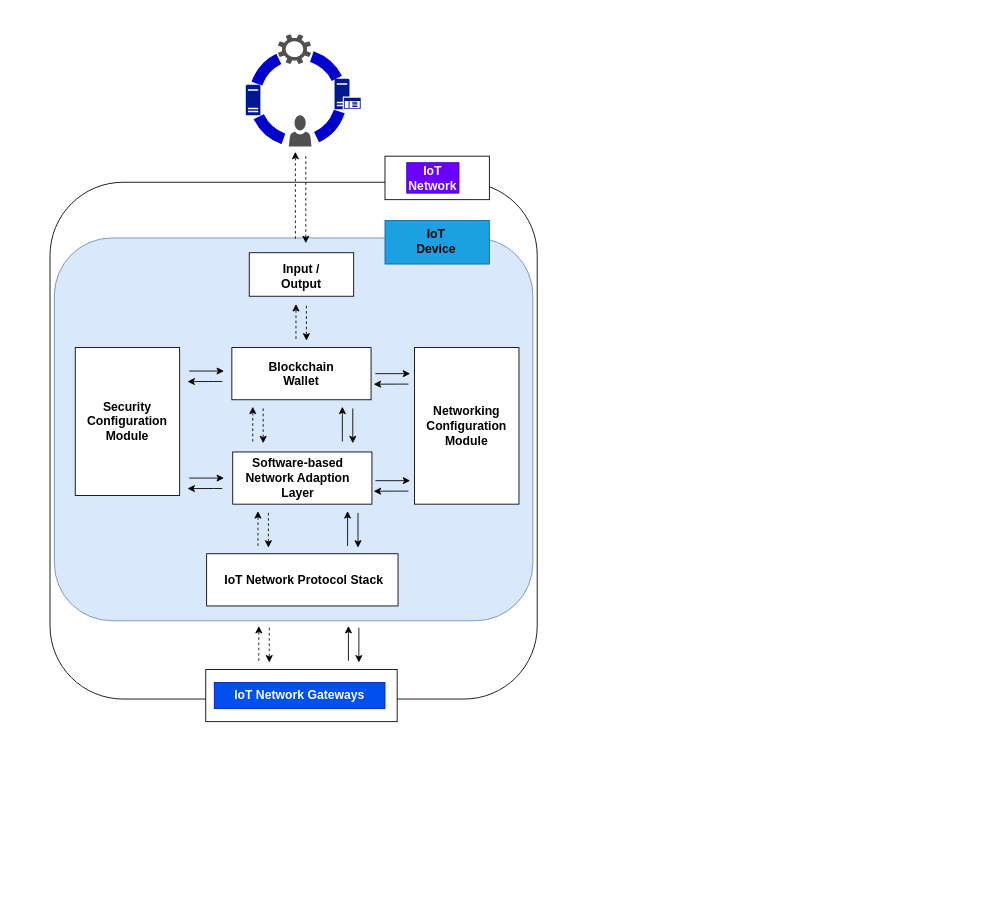
Before: blockiot.drawio in kaliadi/proyek-ku, a draw.io diagram. Source tidied: cells renumbered, new cells numbered last; positions are measured from the earlier drawing's top-left corner, leaving out a move shared by most shapes. Both pictures are drawn from the tidied source at 87%, with x=0, y=0 at pixel (50, 34).
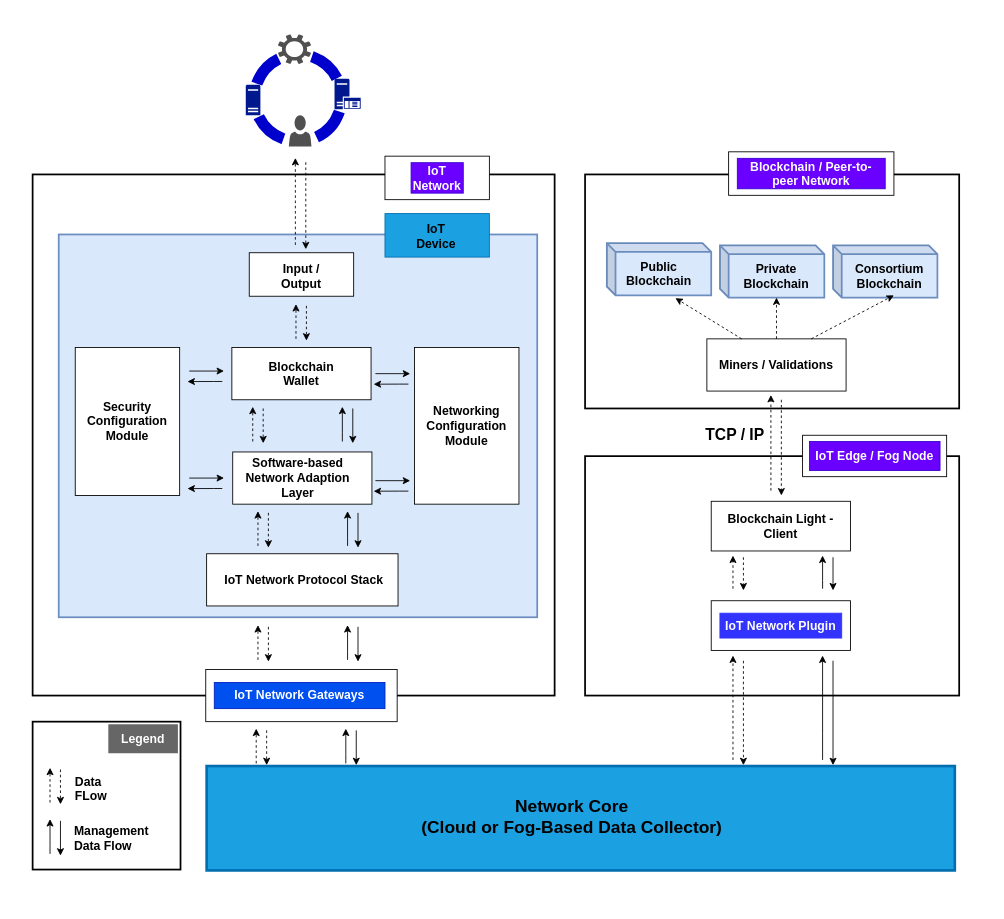
The same page after the edit.

The edit, as a diff of the source:
```diff
@@
-    <mxCell id="2" style="rounded=1;whiteSpace=wrap;html=1;" parent="1" vertex="1">
-      <mxGeometry y="170" width="560" height="594" as="geometry" />
-    </mxCell>
-    <mxCell id="3" style="rounded=0;whiteSpace=wrap;html=1;fillColor=default;strokeColor=#000000;fontColor=#ffffff;" parent="1" vertex="1">
-      <mxGeometry x="385" y="140" width="120" height="50" as="geometry" />
-    </mxCell>
-    <mxCell id="4" style="rounded=1;whiteSpace=wrap;html=1;fillColor=#dae8fc;strokeColor=#6c8ebf;" parent="1" vertex="1">
-      <mxGeometry x="5" y="234" width="550" height="440" as="geometry" />
-    </mxCell>
+    <mxCell id="68" style="group;fontColor=none;noLabel=1;" parent="1" vertex="1">
+      <mxGeometry x="-20" width="1100" height="1000" as="geometry" />
+    </mxCell>
+    <mxCell id="69" style="rounded=0;whiteSpace=wrap;html=1;labelBorderColor=none;strokeColor=none;strokeWidth=2;fillColor=default;fontColor=default;" parent="68" vertex="1">
+      <mxGeometry x="-20" y="-22" width="1120" height="1022" as="geometry" />
+    </mxCell>
+    <mxCell id="70" style="rounded=0;whiteSpace=wrap;html=1;labelBorderColor=none;strokeColor=#000000;strokeWidth=2;fillColor=default;" parent="68" vertex="1">
+      <mxGeometry x="635" y="161" width="430" height="269" as="geometry" />
+    </mxCell>
+    <mxCell id="71" style="group;fontColor=#0000FF;" parent="68" vertex="1">
+      <mxGeometry x="635" y="460" width="430" height="380" as="geometry" />
+    </mxCell>
+    <mxCell id="72" style="rounded=0;whiteSpace=wrap;html=1;labelBorderColor=none;strokeColor=#000000;strokeWidth=2;fillColor=default;" parent="71" vertex="1">
+      <mxGeometry y="24.8" width="430" height="275.2" as="geometry" />
+    </mxCell>
+    <mxCell id="73" style="rounded=0;whiteSpace=wrap;html=1;fillColor=default;strokeColor=#000000;fontColor=#ffffff;" parent="71" vertex="1">
+      <mxGeometry x="250" y="0.8" width="165.6" height="47.6" as="geometry" />
+    </mxCell>
+    <mxCell id="74" value="&lt;h3&gt;IoT Edge / Fog Node&lt;/h3&gt;" style="text;html=1;strokeColor=#3700CC;fillColor=#6a00ff;align=center;verticalAlign=middle;whiteSpace=wrap;rounded=0;fontColor=#ffffff;" parent="71" vertex="1">
+      <mxGeometry x="258" y="8" width="150" height="33.3" as="geometry" />
+    </mxCell>
+    <mxCell id="75" style="group;" parent="71" vertex="1">
+      <mxGeometry x="145" y="76.7" width="160" height="57.1" as="geometry" />
+    </mxCell>
+    <mxCell id="76" style="rounded=0;whiteSpace=wrap;html=1;" parent="75" vertex="1">
+      <mxGeometry width="160" height="57.1" as="geometry" />
+    </mxCell>
+    <mxCell id="77" value="&lt;h3&gt;Blockchain Light - Client&lt;/h3&gt;" style="text;html=1;strokeColor=none;fillColor=none;align=center;verticalAlign=middle;whiteSpace=wrap;rounded=0;" parent="75" vertex="1">
+      <mxGeometry x="10" y="14.3" width="140" height="28.6" as="geometry" />
+    </mxCell>
+    <mxCell id="78" style="group;" parent="71" vertex="1">
+      <mxGeometry x="170" y="141" width="115" height="38.1" as="geometry" />
+    </mxCell>
+    <mxCell id="79" style="group;rotation=90;" parent="78" vertex="1">
+      <mxGeometry x="89" y="13.3" width="40" height="11.4" as="geometry" />
+    </mxCell>
+    <mxCell id="80" style="endArrow=classic;html=1;rounded=0;" parent="79" edge="1">
+      <mxGeometry relative="1" as="geometry">
+        <mxPoint x="26" y="-13.3" as="sourcePoint" />
+        <mxPoint x="26" y="24.8" as="targetPoint" />
+      </mxGeometry>
+    </mxCell>
+    <mxCell id="81" style="endArrow=classic;html=1;rounded=0;entryX=0.833;entryY=0.188;entryDx=0;entryDy=0;entryPerimeter=0;" parent="79" edge="1">
+      <mxGeometry relative="1" as="geometry">
+        <mxPoint x="14" y="22.9" as="sourcePoint" />
+        <mxPoint x="14" y="-15.2" as="targetPoint" />
+        <Array as="points">
+          <mxPoint x="14" y="13.3" />
+        </Array>
+      </mxGeometry>
+    </mxCell>
+    <mxCell id="82" style="endArrow=classic;html=1;rounded=0;dashed=1;" parent="78" edge="1">
+      <mxGeometry relative="1" as="geometry">
+        <mxPoint x="12" as="sourcePoint" />
+        <mxPoint x="12" y="38.1" as="targetPoint" />
+      </mxGeometry>
+    </mxCell>
+    <mxCell id="83" style="endArrow=classic;html=1;rounded=0;entryX=0.833;entryY=0.188;entryDx=0;entryDy=0;entryPerimeter=0;dashed=1;" parent="78" edge="1">
+      <mxGeometry relative="1" as="geometry">
+        <mxPoint y="36.2" as="sourcePoint" />
+        <mxPoint y="-1.9" as="targetPoint" />
+        <Array as="points">
+          <mxPoint y="26.7" />
+        </Array>
+      </mxGeometry>
+    </mxCell>
+    <mxCell id="84" style="group;fillColor=default;" parent="71" vertex="1">
+      <mxGeometry x="145" y="191" width="160" height="57.1" as="geometry" />
+    </mxCell>
+    <mxCell id="85" style="rounded=0;whiteSpace=wrap;html=1;" parent="84" vertex="1">
+      <mxGeometry width="160" height="57.1" as="geometry" />
+    </mxCell>
+    <mxCell id="86" value="&lt;h3&gt;&lt;font color=&quot;#ffffff&quot;&gt;IoT Network Plugin&lt;/font&gt;&lt;/h3&gt;" style="text;html=1;strokeColor=#3333FF;fillColor=#3333FF;align=center;verticalAlign=middle;whiteSpace=wrap;rounded=0;" parent="84" vertex="1">
+      <mxGeometry x="10" y="14.3" width="140" height="28.6" as="geometry" />
+    </mxCell>
+    <mxCell id="87" style="group;" parent="71" vertex="1">
+      <mxGeometry x="170" y="260" width="115" height="120" as="geometry" />
+    </mxCell>
+    <mxCell id="88" style="group;rotation=90;" parent="87" vertex="1">
+      <mxGeometry x="89" y="42" width="40" height="36" as="geometry" />
+    </mxCell>
+    <mxCell id="89" style="endArrow=classic;html=1;rounded=0;" parent="88" edge="1">
+      <mxGeometry relative="1" as="geometry">
+        <mxPoint x="26" y="-42" as="sourcePoint" />
+        <mxPoint x="26" y="78" as="targetPoint" />
+      </mxGeometry>
+    </mxCell>
+    <mxCell id="90" style="endArrow=classic;html=1;rounded=0;entryX=0.833;entryY=0.188;entryDx=0;entryDy=0;entryPerimeter=0;" parent="88" edge="1">
+      <mxGeometry relative="1" as="geometry">
+        <mxPoint x="14" y="72" as="sourcePoint" />
+        <mxPoint x="14" y="-48" as="targetPoint" />
+        <Array as="points">
+          <mxPoint x="14" y="42" />
+        </Array>
+      </mxGeometry>
+    </mxCell>
+    <mxCell id="91" style="endArrow=classic;html=1;rounded=0;dashed=1;" parent="87" edge="1">
+      <mxGeometry relative="1" as="geometry">
+        <mxPoint x="12" as="sourcePoint" />
+        <mxPoint x="12" y="120" as="targetPoint" />
+      </mxGeometry>
+    </mxCell>
+    <mxCell id="92" style="endArrow=classic;html=1;rounded=0;entryX=0.833;entryY=0.188;entryDx=0;entryDy=0;entryPerimeter=0;dashed=1;" parent="87" edge="1">
+      <mxGeometry relative="1" as="geometry">
+        <mxPoint y="114" as="sourcePoint" />
+        <mxPoint y="-6" as="targetPoint" />
+        <Array as="points">
+          <mxPoint y="84" />
+        </Array>
+      </mxGeometry>
+    </mxCell>
+    <mxCell id="93" style="rounded=0;whiteSpace=wrap;html=1;labelBorderColor=none;strokeColor=#000000;strokeWidth=2;fillColor=default;" parent="68" vertex="1">
+      <mxGeometry y="161" width="600" height="599" as="geometry" />
+    </mxCell>
+    <mxCell id="94" style="rounded=0;whiteSpace=wrap;html=1;labelBorderColor=none;strokeColor=#6c8ebf;strokeWidth=2;fillColor=#dae8fc;" parent="68" vertex="1">
+      <mxGeometry x="30" y="230" width="550" height="440" as="geometry" />
+    </mxCell>
-    <mxCell id="5" style="rounded=0;whiteSpace=wrap;html=1;fillColor=#1ba1e2;strokeColor=#006EAF;fontColor=#ffffff;" parent="1" vertex="1">
-      <mxGeometry x="385" y="214" width="120" height="50" as="geometry" />
+    <mxCell id="5" style="rounded=0;whiteSpace=wrap;html=1;fillColor=#1ba1e2;strokeColor=#006EAF;fontColor=#ffffff;" parent="68" vertex="1">
+      <mxGeometry x="405" y="206" width="120" height="50" as="geometry" />
     </mxCell>
-    <mxCell id="6" style="group;" parent="1" vertex="1">
-      <mxGeometry x="29" y="251" width="510" height="406" as="geometry" />
+    <mxCell id="6" style="group;" parent="68" vertex="1">
+      <mxGeometry x="49" y="251" width="510" height="406" as="geometry" />
     </mxCell>
@@
-    <mxCell id="50" value="&lt;h3&gt;IoT Network&lt;/h3&gt;" style="text;html=1;strokeColor=#3700CC;fillColor=#6a00ff;align=center;verticalAlign=middle;whiteSpace=wrap;rounded=0;fontColor=#ffffff;" parent="1" vertex="1">
-      <mxGeometry x="410" y="147.5" width="60" height="35" as="geometry" />
-    </mxCell>
-    <mxCell id="51" value="&lt;h3&gt;IoT Device&lt;/h3&gt;" style="text;html=1;strokeColor=none;fillColor=none;align=center;verticalAlign=middle;whiteSpace=wrap;rounded=0;" parent="1" vertex="1">
-      <mxGeometry x="414" y="220" width="60" height="35" as="geometry" />
+    <mxCell id="51" value="&lt;h3&gt;IoT Device&lt;/h3&gt;" style="text;html=1;strokeColor=none;fillColor=none;align=center;verticalAlign=middle;whiteSpace=wrap;rounded=0;" parent="68" vertex="1">
+      <mxGeometry x="434" y="214" width="60" height="35" as="geometry" />
     </mxCell>
-    <mxCell id="52" style="group;" parent="1" vertex="1">
-      <mxGeometry x="220.9" width="136.2" height="137.1" as="geometry" />
+    <mxCell id="52" style="group;" parent="68" vertex="1">
+      <mxGeometry x="240.9" width="136.2" height="137.1" as="geometry" />
     </mxCell>
@@
-    <mxCell id="58" style="group;" parent="1" vertex="1">
-      <mxGeometry x="282" y="140" width="12" height="100" as="geometry" />
+    <mxCell id="58" style="group;" parent="68" vertex="1">
+      <mxGeometry x="302" y="147" width="12" height="100" as="geometry" />
     </mxCell>
@@
-    <mxCell id="61" style="rounded=0;whiteSpace=wrap;html=1;" parent="1" vertex="1">
-      <mxGeometry x="179" y="730" width="220" height="60" as="geometry" />
+    <mxCell id="61" style="rounded=0;whiteSpace=wrap;html=1;" parent="68" vertex="1">
+      <mxGeometry x="199" y="730" width="220" height="60" as="geometry" />
     </mxCell>
-    <mxCell id="62" value="&lt;h3&gt;IoT Network Gateways&lt;/h3&gt;" style="text;html=1;strokeColor=#001DBC;fillColor=#0050ef;align=center;verticalAlign=middle;whiteSpace=wrap;rounded=0;fontColor=#ffffff;" parent="1" vertex="1">
-      <mxGeometry x="188.8" y="745" width="196.2" height="30" as="geometry" />
+    <mxCell id="62" value="&lt;h3&gt;IoT Network Gateways&lt;/h3&gt;" style="text;html=1;strokeColor=#001DBC;fillColor=#0050ef;align=center;verticalAlign=middle;whiteSpace=wrap;rounded=0;fontColor=#ffffff;" parent="68" vertex="1">
+      <mxGeometry x="208.8" y="745" width="196.2" height="30" as="geometry" />
     </mxCell>
+    <mxCell id="95" style="group;" parent="68" vertex="1">
+      <mxGeometry x="405" y="140" width="120" height="50" as="geometry" />
+    </mxCell>
+    <mxCell id="3" style="rounded=0;whiteSpace=wrap;html=1;fillColor=default;strokeColor=#000000;fontColor=#ffffff;" parent="95" vertex="1">
+      <mxGeometry width="120" height="50" as="geometry" />
+    </mxCell>
+    <mxCell id="50" value="&lt;h3&gt;IoT Network&lt;/h3&gt;" style="text;html=1;strokeColor=#3700CC;fillColor=#6a00ff;align=center;verticalAlign=middle;whiteSpace=wrap;rounded=0;fontColor=#ffffff;" parent="95" vertex="1">
+      <mxGeometry x="30" y="7.5" width="60" height="35" as="geometry" />
+    </mxCell>
+    <mxCell id="96" style="group;" parent="68" vertex="1">
+      <mxGeometry x="848.6" y="420" width="12" height="110" as="geometry" />
+    </mxCell>
+    <mxCell id="97" style="endArrow=classic;html=1;rounded=0;dashed=1;" parent="96" edge="1">
+      <mxGeometry relative="1" as="geometry">
+        <mxPoint x="12" as="sourcePoint" />
+        <mxPoint x="12" y="110" as="targetPoint" />
+      </mxGeometry>
+    </mxCell>
+    <mxCell id="98" style="endArrow=classic;html=1;rounded=0;entryX=0.833;entryY=0.188;entryDx=0;entryDy=0;entryPerimeter=0;dashed=1;" parent="96" edge="1">
+      <mxGeometry relative="1" as="geometry">
+        <mxPoint y="104.5" as="sourcePoint" />
+        <mxPoint y="-5.5" as="targetPoint" />
+        <Array as="points">
+          <mxPoint y="77" />
+          <mxPoint y="11" />
+        </Array>
+      </mxGeometry>
+    </mxCell>
+    <mxCell id="99" value="TCP / IP" style="text;html=1;strokeColor=none;fillColor=none;align=center;verticalAlign=middle;whiteSpace=wrap;rounded=0;labelBorderColor=none;strokeWidth=4;fontSize=18;fontStyle=1;" parent="68" vertex="1">
+      <mxGeometry x="770" y="445.5" width="75" height="30" as="geometry" />
+    </mxCell>
+    <mxCell id="100" style="group;" parent="68" vertex="1">
+      <mxGeometry x="800" y="135" width="190" height="50" as="geometry" />
+    </mxCell>
+    <mxCell id="101" style="rounded=0;whiteSpace=wrap;html=1;fillColor=default;strokeColor=#000000;fontColor=#ffffff;" parent="100" vertex="1">
+      <mxGeometry width="190" height="50" as="geometry" />
+    </mxCell>
+    <mxCell id="102" value="&lt;h3&gt;Blockchain / Peer-to-peer Network&lt;/h3&gt;" style="text;html=1;strokeColor=#3700CC;fillColor=#6a00ff;align=center;verticalAlign=middle;whiteSpace=wrap;rounded=0;fontColor=#ffffff;" parent="100" vertex="1">
+      <mxGeometry x="10" y="7.5" width="170" height="35" as="geometry" />
+    </mxCell>
+    <mxCell id="103" style="group;" parent="68" vertex="1">
+      <mxGeometry x="660" y="240" width="120" height="60" as="geometry" />
+    </mxCell>
+    <mxCell id="104" style="shape=cube;whiteSpace=wrap;html=1;boundedLbl=1;backgroundOutline=1;darkOpacity=0.05;darkOpacity2=0.1;labelBorderColor=none;strokeColor=#6c8ebf;strokeWidth=2;fillColor=#dae8fc;size=10;" parent="103" vertex="1">
+      <mxGeometry width="120" height="60" as="geometry" />
+    </mxCell>
+    <mxCell id="105" value="&lt;h3&gt;Public Blockchain&lt;/h3&gt;" style="text;html=1;strokeColor=none;fillColor=none;align=center;verticalAlign=middle;whiteSpace=wrap;rounded=0;" parent="103" vertex="1">
+      <mxGeometry x="30" y="17.5" width="60" height="35" as="geometry" />
+    </mxCell>
+    <mxCell id="106" style="shape=cube;whiteSpace=wrap;html=1;boundedLbl=1;backgroundOutline=1;darkOpacity=0.05;darkOpacity2=0.1;labelBorderColor=none;strokeColor=#6c8ebf;strokeWidth=2;fillColor=#dae8fc;size=10;" parent="68" vertex="1">
+      <mxGeometry x="790" y="242.5" width="120" height="60" as="geometry" />
+    </mxCell>
+    <mxCell id="107" value="&lt;h3&gt;Private Blockchain&lt;/h3&gt;" style="text;html=1;strokeColor=none;fillColor=none;align=center;verticalAlign=middle;whiteSpace=wrap;rounded=0;" parent="68" vertex="1">
+      <mxGeometry x="825" y="260" width="60" height="35" as="geometry" />
+    </mxCell>
+    <mxCell id="108" style="shape=cube;whiteSpace=wrap;html=1;boundedLbl=1;backgroundOutline=1;darkOpacity=0.05;darkOpacity2=0.1;labelBorderColor=none;strokeColor=#6c8ebf;strokeWidth=2;fillColor=#dae8fc;size=10;" parent="68" vertex="1">
+      <mxGeometry x="920" y="242.5" width="120" height="60" as="geometry" />
+    </mxCell>
+    <mxCell id="109" value="&lt;h3&gt;Consortium Blockchain&lt;/h3&gt;" style="text;html=1;strokeColor=none;fillColor=none;align=center;verticalAlign=middle;whiteSpace=wrap;rounded=0;" parent="68" vertex="1">
+      <mxGeometry x="955" y="260" width="60" height="35" as="geometry" />
+    </mxCell>
+    <mxCell id="110" style="group;" parent="68" vertex="1">
+      <mxGeometry x="775" y="350" width="160" height="60" as="geometry" />
+    </mxCell>
+    <mxCell id="111" style="rounded=0;whiteSpace=wrap;html=1;" parent="110" vertex="1">
+      <mxGeometry width="160" height="60" as="geometry" />
+    </mxCell>
+    <mxCell id="112" value="&lt;h3&gt;Miners / Validations&lt;/h3&gt;" style="text;html=1;strokeColor=none;fillColor=none;align=center;verticalAlign=middle;whiteSpace=wrap;rounded=0;" parent="110" vertex="1">
+      <mxGeometry x="10" y="15" width="140" height="30" as="geometry" />
+    </mxCell>
+    <mxCell id="113" style="endArrow=classic;html=1;rounded=0;dashed=1;exitX=0.25;exitY=0;exitDx=0;exitDy=0;entryX=0.657;entryY=1.053;entryDx=0;entryDy=0;entryPerimeter=0;" parent="68" edge="1" source="111" target="104">
+      <mxGeometry relative="1" as="geometry" />
+    </mxCell>
+    <mxCell id="114" style="edgeStyle=orthogonalEdgeStyle;rounded=0;jettySize=auto;html=1;dashed=1;entryX=0;entryY=0;entryDx=65;entryDy=60;entryPerimeter=0;" parent="68" edge="1" source="111" target="106">
+      <mxGeometry relative="1" as="geometry" />
+    </mxCell>
+    <mxCell id="115" style="endArrow=classic;html=1;rounded=0;dashed=1;exitX=0.75;exitY=0;exitDx=0;exitDy=0;entryX=0.583;entryY=1.143;entryDx=0;entryDy=0;entryPerimeter=0;" parent="68" edge="1" source="111" target="109">
+      <mxGeometry relative="1" as="geometry" />
+    </mxCell>
+    <mxCell id="116" style="group;fillColor=#1ba1e2;strokeColor=#006EAF;fontColor=#ffffff;strokeWidth=3;" parent="68" vertex="1">
+      <mxGeometry x="200" y="841" width="860" height="120" as="geometry" />
+    </mxCell>
+    <mxCell id="117" style="group;" parent="68" vertex="1">
+      <mxGeometry x="259" y="681" width="115" height="40" as="geometry" />
+    </mxCell>
+    <mxCell id="118" style="group;rotation=90;" parent="117" vertex="1">
+      <mxGeometry x="89" y="14" width="40" height="12" as="geometry" />
+    </mxCell>
+    <mxCell id="119" style="endArrow=classic;html=1;rounded=0;" parent="118" edge="1">
+      <mxGeometry relative="1" as="geometry">
+        <mxPoint x="26" y="-14" as="sourcePoint" />
+        <mxPoint x="26" y="26" as="targetPoint" />
+      </mxGeometry>
+    </mxCell>
+    <mxCell id="120" style="endArrow=classic;html=1;rounded=0;entryX=0.833;entryY=0.188;entryDx=0;entryDy=0;entryPerimeter=0;" parent="118" edge="1">
+      <mxGeometry relative="1" as="geometry">
+        <mxPoint x="14" y="24" as="sourcePoint" />
+        <mxPoint x="14" y="-16" as="targetPoint" />
+        <Array as="points">
+          <mxPoint x="14" y="14" />
+        </Array>
+      </mxGeometry>
+    </mxCell>
+    <mxCell id="121" style="endArrow=classic;html=1;rounded=0;dashed=1;" parent="117" edge="1">
+      <mxGeometry relative="1" as="geometry">
+        <mxPoint x="12" as="sourcePoint" />
+        <mxPoint x="12" y="40" as="targetPoint" />
+      </mxGeometry>
+    </mxCell>
+    <mxCell id="122" style="endArrow=classic;html=1;rounded=0;entryX=0.833;entryY=0.188;entryDx=0;entryDy=0;entryPerimeter=0;dashed=1;" parent="117" edge="1">
+      <mxGeometry relative="1" as="geometry">
+        <mxPoint y="38" as="sourcePoint" />
+        <mxPoint y="-2" as="targetPoint" />
+        <Array as="points">
+          <mxPoint y="28" />
+        </Array>
+      </mxGeometry>
+    </mxCell>
+    <mxCell id="123" value="&lt;h3 style=&quot;font-size: 20px;&quot;&gt;Network Core&lt;br&gt;(Cloud or Fog-Based Data Collector)&lt;/h3&gt;" style="text;html=1;strokeColor=none;fillColor=none;align=center;verticalAlign=middle;whiteSpace=wrap;rounded=0;" parent="68" vertex="1">
+      <mxGeometry x="395" y="884" width="449.5" height="28.6" as="geometry" />
+    </mxCell>
+    <mxCell id="124" style="rounded=0;whiteSpace=wrap;html=1;labelBorderColor=none;strokeColor=#000000;strokeWidth=2;fillColor=default;" parent="68" vertex="1">
+      <mxGeometry y="790" width="170" height="170" as="geometry" />
+    </mxCell>
+    <mxCell id="125" value="&lt;h3&gt;Legend&lt;/h3&gt;" style="text;html=1;strokeColor=none;fillColor=#666666;align=center;verticalAlign=middle;whiteSpace=wrap;rounded=0;fontColor=#ffffff;" parent="68" vertex="1">
+      <mxGeometry x="87" y="793" width="80" height="33.3" as="geometry" />
+    </mxCell>
+    <mxCell id="126" style="group;" parent="68" vertex="1">
+      <mxGeometry x="257" y="800" width="115" height="40" as="geometry" />
+    </mxCell>
-    <mxCell id="63" style="group;rotation=90;" parent="1" vertex="1">
-      <mxGeometry x="329" y="696" width="40" height="12" as="geometry" />
+    <mxCell id="63" style="group;rotation=90;" parent="126" vertex="1">
+      <mxGeometry x="89" y="14" width="40" height="12" as="geometry" />
     </mxCell>
@@
-    <mxCell id="66" style="endArrow=classic;html=1;rounded=0;dashed=1;" parent="1" edge="1">
+    <mxCell id="66" style="endArrow=classic;html=1;rounded=0;dashed=1;" parent="126" edge="1">
       <mxGeometry relative="1" as="geometry">
-        <mxPoint x="252" y="682" as="sourcePoint" />
-        <mxPoint x="252" y="722" as="targetPoint" />
+        <mxPoint x="12" as="sourcePoint" />
+        <mxPoint x="12" y="40" as="targetPoint" />
       </mxGeometry>
     </mxCell>
-    <mxCell id="67" style="endArrow=classic;html=1;rounded=0;entryX=0.833;entryY=0.188;entryDx=0;entryDy=0;entryPerimeter=0;dashed=1;" parent="1" edge="1">
+    <mxCell id="67" style="endArrow=classic;html=1;rounded=0;entryX=0.833;entryY=0.188;entryDx=0;entryDy=0;entryPerimeter=0;dashed=1;" parent="126" edge="1">
       <mxGeometry relative="1" as="geometry">
-        <mxPoint x="240" y="720" as="sourcePoint" />
-        <mxPoint x="240" y="680" as="targetPoint" />
+        <mxPoint y="38" as="sourcePoint" />
+        <mxPoint y="-2" as="targetPoint" />
         <Array as="points">
-          <mxPoint x="240" y="710" />
+          <mxPoint y="28" />
         </Array>
       </mxGeometry>
     </mxCell>
+    <mxCell id="127" style="group;rotation=90;" parent="68" vertex="1">
+      <mxGeometry x="6" y="918" width="40" height="12" as="geometry" />
+    </mxCell>
+    <mxCell id="128" style="endArrow=classic;html=1;rounded=0;" parent="127" edge="1">
+      <mxGeometry relative="1" as="geometry">
+        <mxPoint x="26" y="-14" as="sourcePoint" />
+        <mxPoint x="26" y="26" as="targetPoint" />
+      </mxGeometry>
+    </mxCell>
+    <mxCell id="129" style="endArrow=classic;html=1;rounded=0;entryX=0.833;entryY=0.188;entryDx=0;entryDy=0;entryPerimeter=0;" parent="127" edge="1">
+      <mxGeometry relative="1" as="geometry">
+        <mxPoint x="14" y="24" as="sourcePoint" />
+        <mxPoint x="14" y="-16" as="targetPoint" />
+        <Array as="points">
+          <mxPoint x="14" y="14" />
+        </Array>
+      </mxGeometry>
+    </mxCell>
+    <mxCell id="130" style="endArrow=classic;html=1;rounded=0;dashed=1;" parent="68" edge="1">
+      <mxGeometry relative="1" as="geometry">
+        <mxPoint x="32" y="845" as="sourcePoint" />
+        <mxPoint x="32" y="885" as="targetPoint" />
+      </mxGeometry>
+    </mxCell>
+    <mxCell id="131" style="endArrow=classic;html=1;rounded=0;entryX=0.833;entryY=0.188;entryDx=0;entryDy=0;entryPerimeter=0;dashed=1;" parent="68" edge="1">
+      <mxGeometry relative="1" as="geometry">
+        <mxPoint x="20" y="883" as="sourcePoint" />
+        <mxPoint x="20" y="843" as="targetPoint" />
+        <Array as="points">
+          <mxPoint x="20" y="873" />
+        </Array>
+      </mxGeometry>
+    </mxCell>
+    <mxCell id="132" value="&lt;h3&gt;Data FLow&lt;/h3&gt;" style="text;html=1;strokeColor=none;fillColor=none;align=left;verticalAlign=middle;whiteSpace=wrap;rounded=0;" parent="68" vertex="1">
+      <mxGeometry x="47" y="849" width="60" height="35" as="geometry" />
+    </mxCell>
+    <mxCell id="133" value="&lt;h3&gt;Management&lt;br&gt;Data Flow&lt;/h3&gt;" style="text;html=1;strokeColor=none;fillColor=none;align=left;verticalAlign=middle;whiteSpace=wrap;rounded=0;" parent="68" vertex="1">
+      <mxGeometry x="46" y="906" width="91" height="35" as="geometry" />
+    </mxCell>
```
